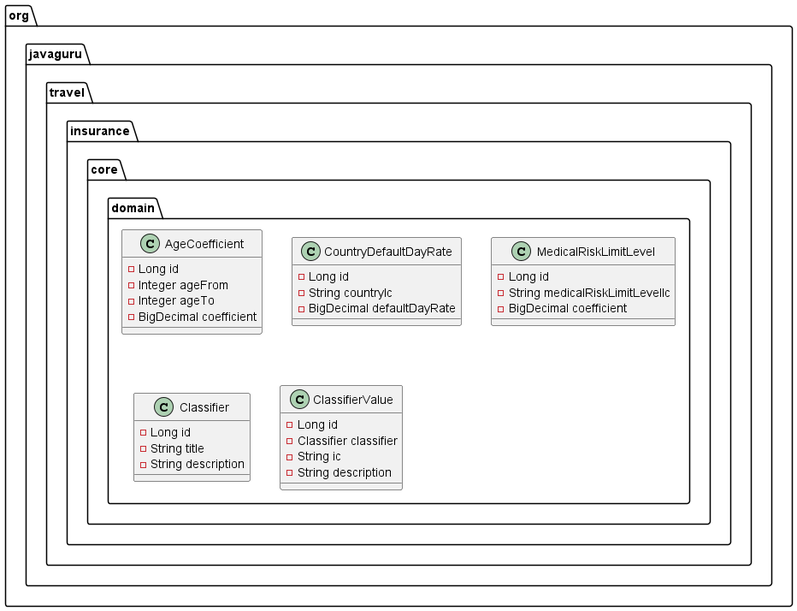
Above: teacher/step_157/src/main/java/diagram/domain.png in javagurulv/java2_2024_spring (PlantUML), before the change. The source it was exported from:
```plantuml
@startuml
class org.javaguru.travel.insurance.core.domain.AgeCoefficient {
- Long id
- Integer ageFrom
- Integer ageTo
- BigDecimal coefficient
}

class org.javaguru.travel.insurance.core.domain.CountryDefaultDayRate {
- Long id
- String countryIc
- BigDecimal defaultDayRate
}

class org.javaguru.travel.insurance.core.domain.MedicalRiskLimitLevel {
- Long id
- String medicalRiskLimitLevelIc
- BigDecimal coefficient
}

class org.javaguru.travel.insurance.core.domain.Classifier {
- Long id
- String title
- String description
}

class org.javaguru.travel.insurance.core.domain.ClassifierValue {
- Long id
- Classifier classifier
- String ic
- String description
}

@enduml
```
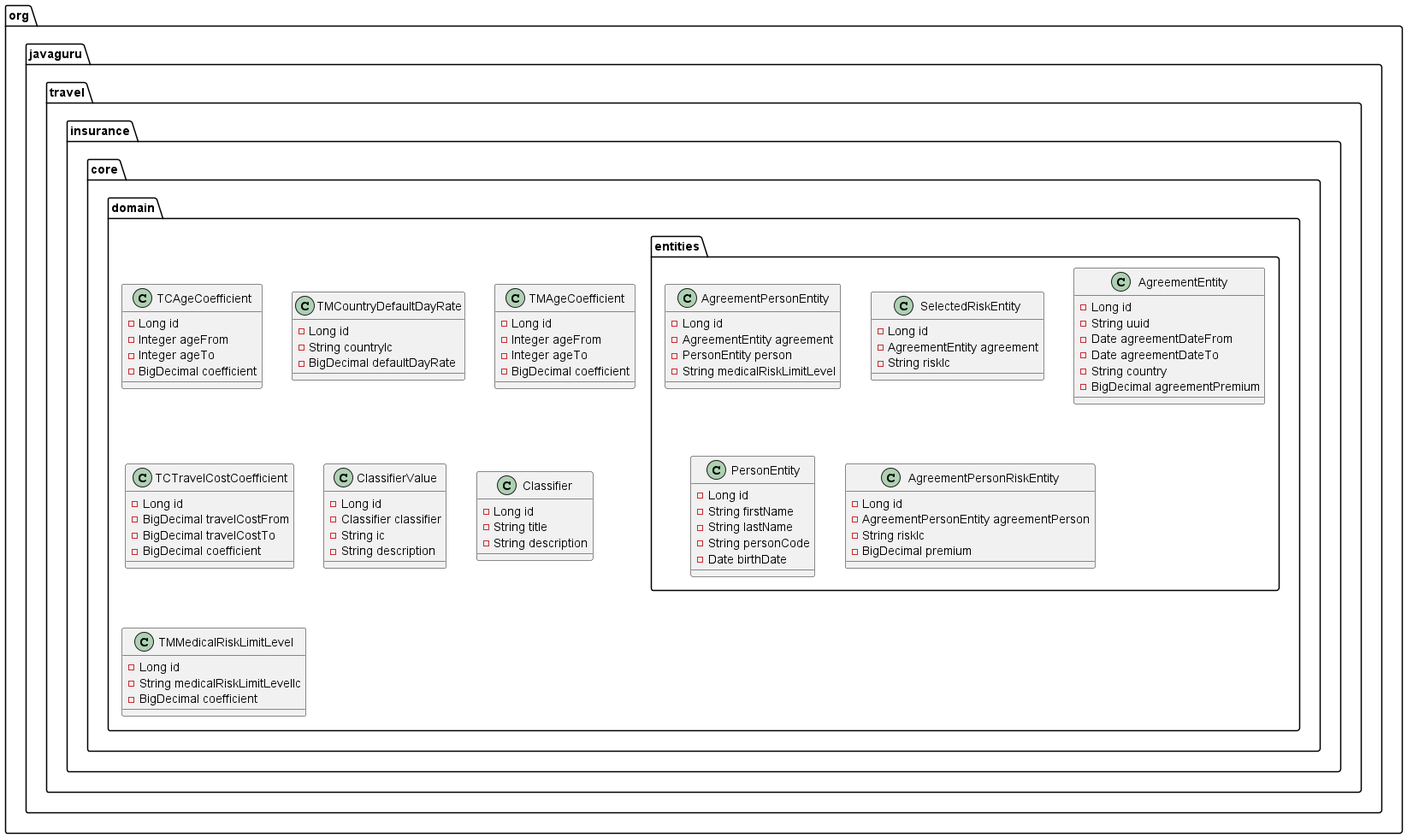
After the commit.

What changed in the source:
```diff
@@ -1,27 +1,42 @@
 @startuml
-class org.javaguru.travel.insurance.core.domain.AgeCoefficient {
+class org.javaguru.travel.insurance.core.domain.TCAgeCoefficient {
 - Long id
 - Integer ageFrom
 - Integer ageTo
 - BigDecimal coefficient
 }
 
-class org.javaguru.travel.insurance.core.domain.CountryDefaultDayRate {
+class org.javaguru.travel.insurance.core.domain.TMCountryDefaultDayRate {
 - Long id
 - String countryIc
 - BigDecimal defaultDayRate
 }
 
-class org.javaguru.travel.insurance.core.domain.MedicalRiskLimitLevel {
+class org.javaguru.travel.insurance.core.domain.entities.AgreementPersonEntity {
 - Long id
-- String medicalRiskLimitLevelIc
+- AgreementEntity agreement
+- PersonEntity person
+- String medicalRiskLimitLevel
+}
+
+class org.javaguru.travel.insurance.core.domain.entities.SelectedRiskEntity {
+- Long id
+- AgreementEntity agreement
+- String riskIc
+}
+
+class org.javaguru.travel.insurance.core.domain.TMAgeCoefficient {
+- Long id
+- Integer ageFrom
+- Integer ageTo
 - BigDecimal coefficient
 }
 
-class org.javaguru.travel.insurance.core.domain.Classifier {
+class org.javaguru.travel.insurance.core.domain.TCTravelCostCoefficient {
 - Long id
-- String title
-- String description
+- BigDecimal travelCostFrom
+- BigDecimal travelCostTo
+- BigDecimal coefficient
 }
 
 class org.javaguru.travel.insurance.core.domain.ClassifierValue {
@@ -31,4 +46,40 @@
 - String description
 }
 
+class org.javaguru.travel.insurance.core.domain.entities.AgreementEntity {
+- Long id
+- String uuid
+- Date agreementDateFrom
+- Date agreementDateTo
+- String country
+- BigDecimal agreementPremium
+}
+
+class org.javaguru.travel.insurance.core.domain.Classifier {
+- Long id
+- String title
+- String description
+}
+
+class org.javaguru.travel.insurance.core.domain.TMMedicalRiskLimitLevel {
+- Long id
+- String medicalRiskLimitLevelIc
+- BigDecimal coefficient
+}
+
+class org.javaguru.travel.insurance.core.domain.entities.PersonEntity {
+- Long id
+- String firstName
+- String lastName
+- String personCode
+- Date birthDate
+}
+
+class org.javaguru.travel.insurance.core.domain.entities.AgreementPersonRiskEntity {
+- Long id
+- AgreementPersonEntity agreementPerson
+- String riskIc
+- BigDecimal premium
+}
+
 @enduml
```
